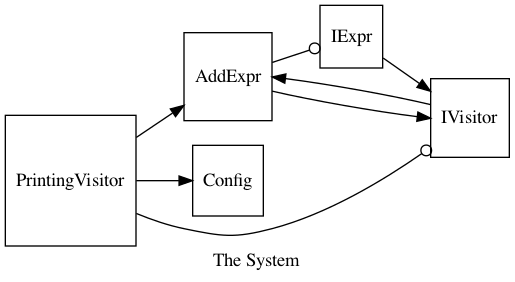
Above: clangparser/output.png in elliotdauber/dingo (Graphviz), before the change. Its source is kept beside it as clangparser/programs/output.dot.
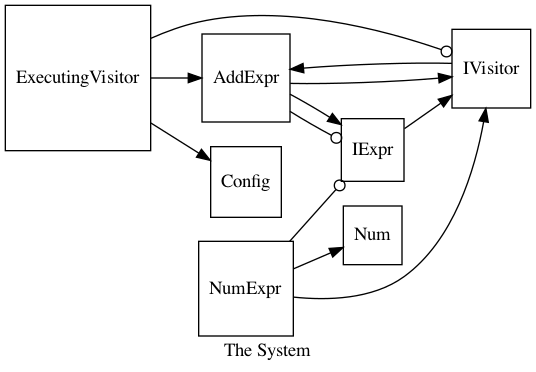
The same file after the commit.

What changed in the source:
```diff
@@ -3,17 +3,23 @@
 node [shape=square];
 AddExpr [label="AddExpr"];
 Config [label="Config"];
+ExecutingVisitor [label="ExecutingVisitor"];
 IExpr [label="IExpr"];
 IVisitor [label="IVisitor"];
-PrintingVisitor [label="PrintingVisitor"];
+Num [label="Num"];
+NumExpr [label="NumExpr"];
 
 AddExpr -> IExpr[arrowhead=odot];
 AddExpr -> IVisitor[arrowhead=normal];
+AddExpr -> IExpr[arrowhead=normal];
+ExecutingVisitor -> IVisitor[arrowhead=odot];
+ExecutingVisitor -> Config[arrowhead=normal];
+ExecutingVisitor -> AddExpr[arrowhead=normal];
 IExpr -> IVisitor[arrowhead=normal];
 IVisitor -> AddExpr[arrowhead=normal];
-PrintingVisitor -> IVisitor[arrowhead=odot];
-PrintingVisitor -> Config[arrowhead=normal];
-PrintingVisitor -> AddExpr[arrowhead=normal];
+NumExpr -> IExpr[arrowhead=odot];
+NumExpr -> IVisitor[arrowhead=normal];
+NumExpr -> Num[arrowhead=normal];
 label="The System"
 style=filled
 fillcolor=yellow
```
